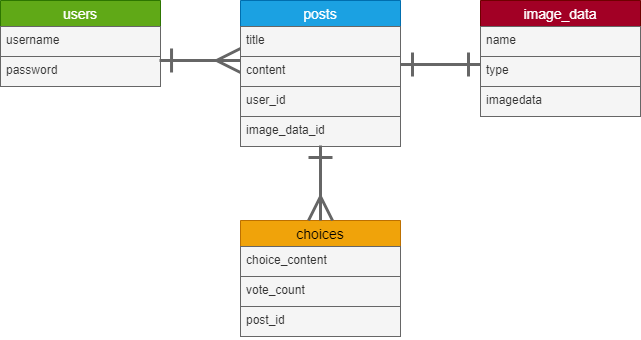
Above: DB.png in natimura/Better (draw.io), before the change. Source tidied: cells renumbered, new cells last; positions are measured from the earlier drawing's top-left corner, leaving out a move shared by most shapes.
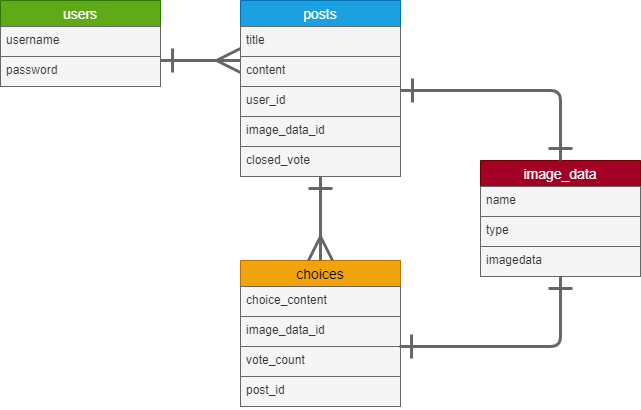
The same diagram one commit later.

Commit message:
本番環境調整

The edit, as a diff of the source:
```diff
@@ -11,8 +11,11 @@
     <mxCell id="4" value="password" style="text;strokeColor=#666666;fillColor=#f5f5f5;spacingLeft=4;spacingRight=4;overflow=hidden;points=[[0,0.5],[1,0.5]];portConstraint=eastwest;fontSize=12;fontColor=#333333;" parent="2" vertex="1">
       <mxGeometry y="56" width="160" height="30" as="geometry" />
     </mxCell>
+    <mxCell id="21" style="edgeStyle=none;html=1;" parent="1" edge="1" source="5" target="11">
+      <mxGeometry relative="1" as="geometry" />
+    </mxCell>
     <mxCell id="5" value="posts" style="swimlane;fontStyle=0;horizontal=1;startSize=26;align=center;fontSize=14;fillColor=#1ba1e2;fontColor=#ffffff;strokeColor=#006EAF;" parent="1" vertex="1">
-      <mxGeometry x="240" width="160" height="146" as="geometry" />
+      <mxGeometry x="240" width="160" height="176" as="geometry" />
     </mxCell>
     <mxCell id="6" value="title" style="text;strokeColor=#666666;fillColor=#f5f5f5;spacingLeft=4;spacingRight=4;overflow=hidden;fontSize=12;fontColor=#333333;" parent="5" vertex="1">
       <mxGeometry y="26" width="160" height="30" as="geometry" />
@@ -26,20 +29,26 @@
     <mxCell id="9" value="image_data_id" style="text;strokeColor=#666666;fillColor=#f5f5f5;spacingLeft=4;spacingRight=4;overflow=hidden;fontSize=12;fontColor=#333333;" parent="5" vertex="1">
       <mxGeometry y="116" width="160" height="30" as="geometry" />
     </mxCell>
+    <mxCell id="22" value="closed_vote" style="text;strokeColor=#666666;fillColor=#f5f5f5;spacingLeft=4;spacingRight=4;overflow=hidden;fontSize=12;fontColor=#333333;" parent="5" vertex="1">
+      <mxGeometry y="146" width="160" height="30" as="geometry" />
+    </mxCell>
     <mxCell id="10" value="choices" style="swimlane;fontStyle=0;horizontal=1;startSize=26;align=center;fontSize=14;fillColor=#f0a30a;fontColor=#000000;strokeColor=#BD7000;" parent="1" vertex="1">
-      <mxGeometry x="240" y="220" width="160" height="116" as="geometry" />
+      <mxGeometry x="240" y="260" width="160" height="146" as="geometry" />
     </mxCell>
     <mxCell id="11" value="choice_content" style="text;strokeColor=#666666;fillColor=#f5f5f5;spacingLeft=4;spacingRight=4;overflow=hidden;points=[[0,0.5],[1,0.5]];portConstraint=eastwest;fontSize=12;fontColor=#333333;" parent="10" vertex="1">
       <mxGeometry y="26" width="160" height="30" as="geometry" />
     </mxCell>
+    <mxCell id="23" value="image_data_id" style="text;strokeColor=#666666;fillColor=#f5f5f5;spacingLeft=4;spacingRight=4;overflow=hidden;fontSize=12;fontColor=#333333;" parent="10" vertex="1">
+      <mxGeometry y="56" width="160" height="30" as="geometry" />
+    </mxCell>
     <mxCell id="12" value="vote_count" style="text;strokeColor=#666666;fillColor=#f5f5f5;spacingLeft=4;spacingRight=4;overflow=hidden;points=[[0,0.5],[1,0.5]];portConstraint=eastwest;fontSize=12;fontColor=#333333;" parent="10" vertex="1">
-      <mxGeometry y="56" width="160" height="30" as="geometry" />
+      <mxGeometry y="86" width="160" height="30" as="geometry" />
     </mxCell>
     <mxCell id="13" value="post_id" style="text;strokeColor=#666666;fillColor=#f5f5f5;spacingLeft=4;spacingRight=4;overflow=hidden;fontSize=12;fontColor=#333333;" parent="10" vertex="1">
-      <mxGeometry y="86" width="160" height="30" as="geometry" />
+      <mxGeometry y="116" width="160" height="30" as="geometry" />
     </mxCell>
     <mxCell id="14" value="image_data" style="swimlane;fontStyle=0;horizontal=1;startSize=26;align=center;fontSize=14;fillColor=#a20025;fontColor=#ffffff;strokeColor=#6F0000;" parent="1" vertex="1">
-      <mxGeometry x="480" width="160" height="116" as="geometry" />
+      <mxGeometry x="480" y="160" width="160" height="116" as="geometry" />
     </mxCell>
     <mxCell id="15" value="name" style="text;strokeColor=#666666;fillColor=#f5f5f5;spacingLeft=4;spacingRight=4;overflow=hidden;fontSize=12;fontColor=#333333;" parent="14" vertex="1">
       <mxGeometry y="26" width="160" height="30" as="geometry" />
@@ -50,23 +59,34 @@
     <mxCell id="17" value="imagedata" style="text;strokeColor=#666666;fillColor=#f5f5f5;spacingLeft=4;spacingRight=4;overflow=hidden;fontSize=12;fontColor=#333333;" parent="14" vertex="1">
       <mxGeometry y="86" width="160" height="30" as="geometry" />
     </mxCell>
-    <mxCell id="18" style="fontSize=12;html=1;endArrow=ERmany;strokeWidth=3;endFill=0;endSize=20;startArrow=ERone;startFill=0;targetPerimeterSpacing=0;startSize=20;sourcePerimeterSpacing=0;exitX=0.994;exitY=0.133;exitDx=0;exitDy=0;exitPerimeter=0;fillColor=#f5f5f5;strokeColor=#666666;" parent="1" edge="1" source="4">
+    <mxCell id="18" style="fontSize=12;html=1;endArrow=ERmany;strokeWidth=3;endFill=0;endSize=20;startArrow=ERone;startFill=0;targetPerimeterSpacing=0;startSize=20;sourcePerimeterSpacing=0;exitX=0.994;exitY=0.133;exitDx=0;exitDy=0;exitPerimeter=0;fillColor=#f5f5f5;strokeColor=#666666;" parent="1" edge="1">
       <mxGeometry relative="1" as="geometry">
+        <mxPoint x="160" y="60" as="sourcePoint" />
         <mxPoint x="240" y="60" as="targetPoint" />
         <Array as="points">
-          <mxPoint x="200" y="60" />
+          <mxPoint x="201" y="60" />
         </Array>
       </mxGeometry>
     </mxCell>
-    <mxCell id="19" style="fontSize=12;html=1;endArrow=ERone;strokeWidth=3;endFill=0;endSize=20;startArrow=ERone;startFill=0;targetPerimeterSpacing=0;startSize=20;sourcePerimeterSpacing=0;exitX=1;exitY=0.267;exitDx=0;exitDy=0;exitPerimeter=0;fillColor=#f5f5f5;gradientColor=#b3b3b3;strokeColor=#666666;" parent="1" edge="1" source="7">
+    <mxCell id="19" style="fontSize=12;html=1;endArrow=ERone;strokeWidth=3;endFill=0;endSize=20;startArrow=ERone;startFill=0;targetPerimeterSpacing=0;startSize=20;sourcePerimeterSpacing=0;fillColor=#f5f5f5;gradientColor=#b3b3b3;strokeColor=#666666;entryX=0.5;entryY=0;entryDx=0;entryDy=0;exitX=1;exitY=0.133;exitDx=0;exitDy=0;exitPerimeter=0;" parent="1" edge="1" source="8" target="14">
       <mxGeometry relative="1" as="geometry">
-        <mxPoint x="480" y="64" as="targetPoint" />
+        <Array as="points">
+          <mxPoint x="560" y="90" />
+        </Array>
       </mxGeometry>
     </mxCell>
-    <mxCell id="20" style="fontSize=12;html=1;endArrow=ERmany;strokeWidth=3;endFill=0;endSize=20;startArrow=ERone;startFill=0;targetPerimeterSpacing=0;startSize=20;sourcePerimeterSpacing=0;entryX=0.5;entryY=0;entryDx=0;entryDy=0;entryPerimeter=0;fillColor=#f5f5f5;strokeColor=#666666;" parent="1" edge="1" target="10">
+    <mxCell id="20" style="fontSize=12;html=1;endArrow=ERmany;strokeWidth=3;endFill=0;endSize=20;startArrow=ERone;startFill=0;targetPerimeterSpacing=0;startSize=20;sourcePerimeterSpacing=0;fillColor=#f5f5f5;strokeColor=#666666;" parent="1" edge="1">
       <mxGeometry relative="1" as="geometry">
-        <mxPoint x="320" y="145" as="sourcePoint" />
+        <mxPoint x="320" y="176" as="sourcePoint" />
+        <mxPoint x="320" y="260" as="targetPoint" />
       </mxGeometry>
     </mxCell>
+    <mxCell id="24" style="fontSize=12;html=1;endArrow=ERone;strokeWidth=3;endFill=0;endSize=20;startArrow=ERone;startFill=0;targetPerimeterSpacing=0;startSize=20;sourcePerimeterSpacing=0;fillColor=#f5f5f5;gradientColor=#b3b3b3;strokeColor=#666666;exitX=0.994;exitY=0;exitDx=0;exitDy=0;entryX=0.5;entryY=1;entryDx=0;entryDy=0;exitPerimeter=0;" parent="1" edge="1" source="12" target="14">
+      <mxGeometry relative="1" as="geometry">
+        <Array as="points">
+          <mxPoint x="560" y="346" />
+        </Array>
+      </mxGeometry>
+    </mxCell>
   </root>
 </mxGraphModel>
```
